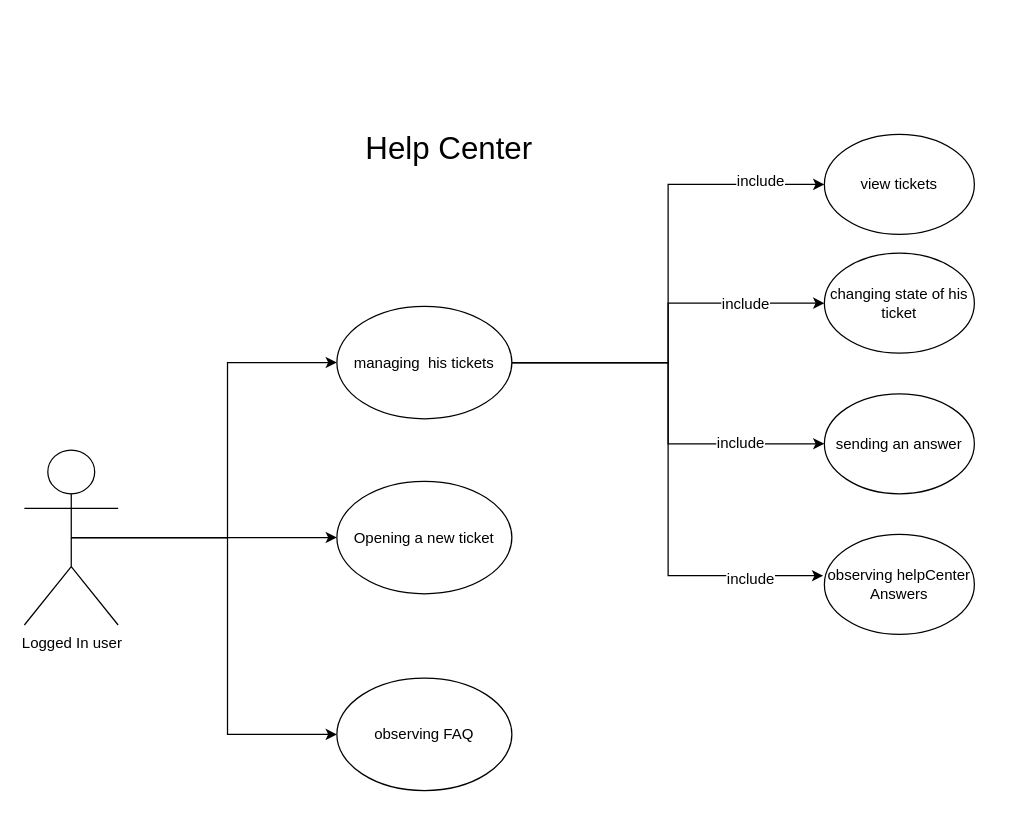
kargaranamir/Travelink keeps this draw.io diagram as Use-case/help-center.drawio. Above is the earlier version. Source tidied: cells renumbered, new cells numbered last; positions are measured from the earlier drawing's top-left corner, leaving out a move shared by most shapes. Both pictures are drawn from the tidied source at 125%, with x=0, y=0 at pixel (24, 134).
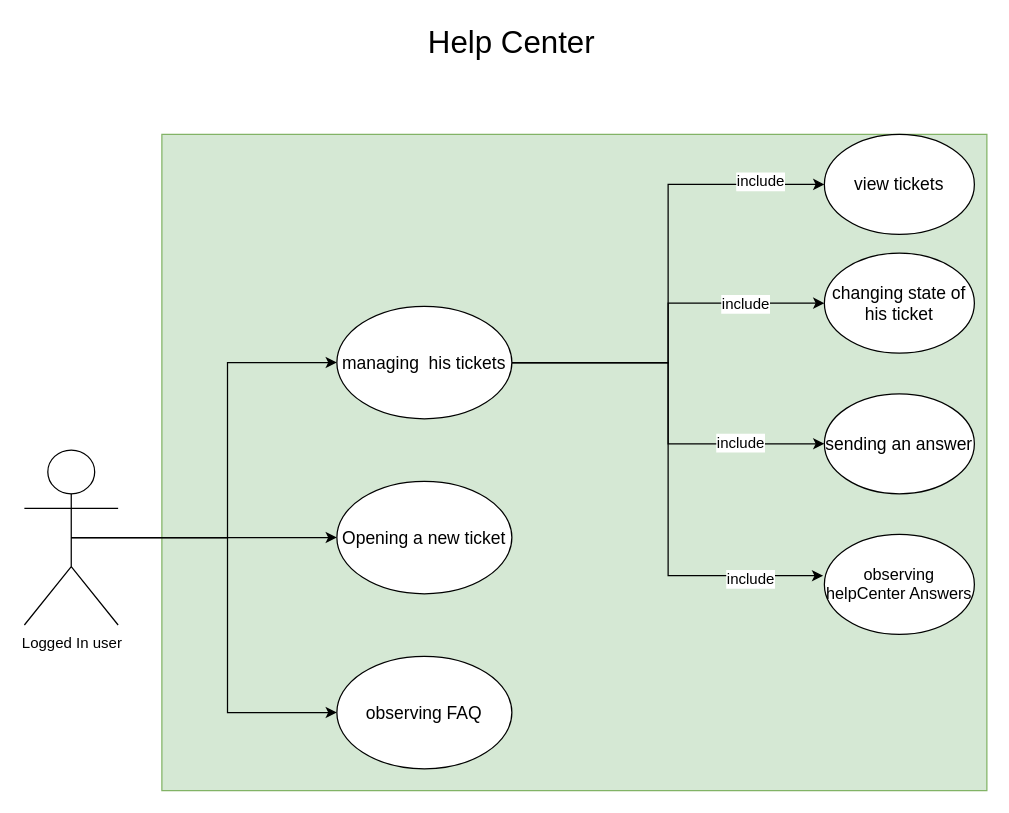
The same page after the edit.

The change refers to these unchanged cells:
```xml
<mxCell id="8" style="edgeStyle=orthogonalEdgeStyle;rounded=0;jettySize=auto;html=1;exitX=1;exitY=0.5;exitDx=0;exitDy=0;entryX=0;entryY=0.5;entryDx=0;entryDy=0;" parent="1" edge="1" source="14" target="18">
  <mxGeometry relative="1" as="geometry" />
</mxCell>
<mxCell id="10" style="edgeStyle=orthogonalEdgeStyle;rounded=0;jettySize=auto;html=1;exitX=1;exitY=0.5;exitDx=0;exitDy=0;entryX=-0.008;entryY=0.413;entryDx=0;entryDy=0;entryPerimeter=0;" parent="1" edge="1" source="14" target="19">
  <mxGeometry relative="1" as="geometry" />
</mxCell>
<mxCell id="12" style="edgeStyle=orthogonalEdgeStyle;rounded=0;jettySize=auto;html=1;exitX=1;exitY=0.5;exitDx=0;exitDy=0;entryX=0;entryY=0.5;entryDx=0;entryDy=0;" parent="1" edge="1" source="14" target="21">
  <mxGeometry relative="1" as="geometry" />
</mxCell>
```

Change to the diagram source:
```diff
@@
+    <mxCell id="22" style="rounded=0;whiteSpace=wrap;html=1;fillColor=#d5e8d4;strokeColor=#82b366;" parent="1" vertex="1">
+      <mxGeometry x="110" width="660" height="525" as="geometry" />
+    </mxCell>
@@
-    <mxCell id="9" value="include&lt;br&gt;" style="text;html=1;align=center;verticalAlign=middle;labelBackgroundColor=#ffffff;" parent="8" vertex="1">
-      <mxGeometry x="0.57" y="1" relative="1" as="geometry" />
-    </mxCell>
+    <mxCell id="23" value="include&lt;br&gt;" style="text;html=1;align=center;verticalAlign=middle;labelBackgroundColor=#ffffff;" parent="8" vertex="1">
+      <mxGeometry x="0.57" y="1" relative="1" as="geometry" />
+    </mxCell>
@@
-    <mxCell id="11" value="include&lt;br&gt;" style="text;html=1;align=center;verticalAlign=middle;labelBackgroundColor=#ffffff;" parent="10" vertex="1">
-      <mxGeometry x="0.72" y="-2" relative="1" as="geometry" />
-    </mxCell>
+    <mxCell id="24" value="include&lt;br&gt;" style="text;html=1;align=center;verticalAlign=middle;labelBackgroundColor=#ffffff;" parent="10" vertex="1">
+      <mxGeometry x="0.72" y="-2" relative="1" as="geometry" />
+    </mxCell>
@@
-    <mxCell id="13" value="include&lt;br&gt;" style="text;html=1;align=center;verticalAlign=middle;labelBackgroundColor=#ffffff;" parent="12" vertex="1">
-      <mxGeometry x="0.74" y="3" relative="1" as="geometry" />
-    </mxCell>
+    <mxCell id="25" value="include&lt;br&gt;" style="text;html=1;align=center;verticalAlign=middle;labelBackgroundColor=#ffffff;" parent="12" vertex="1">
+      <mxGeometry x="0.74" y="3" relative="1" as="geometry" />
+    </mxCell>
-    <mxCell id="14" value="managing &amp;nbsp;his tickets" style="ellipse;whiteSpace=wrap;html=1;" parent="1" vertex="1">
+    <mxCell id="14" value="&lt;font style=&quot;font-size: 14px&quot;&gt;managing &amp;nbsp;his tickets&lt;/font&gt;" style="ellipse;whiteSpace=wrap;html=1;" parent="1" vertex="1">
       <mxGeometry x="250" y="137.5" width="140" height="90" as="geometry" />
     </mxCell>
-    <mxCell id="15" value="changing state of his ticket" style="ellipse;whiteSpace=wrap;html=1;" parent="1" vertex="1">
+    <mxCell id="15" value="&lt;font style=&quot;font-size: 14px&quot;&gt;changing state of his ticket&lt;/font&gt;" style="ellipse;whiteSpace=wrap;html=1;" parent="1" vertex="1">
       <mxGeometry x="640" y="95" width="120" height="80" as="geometry" />
     </mxCell>
-    <mxCell id="16" value="observing FAQ&lt;br&gt;" style="ellipse;whiteSpace=wrap;html=1;" parent="1" vertex="1">
-      <mxGeometry x="250" y="435" width="140" height="90" as="geometry" />
+    <mxCell id="16" value="&lt;font style=&quot;font-size: 14px&quot;&gt;observing FAQ&lt;/font&gt;&lt;br&gt;" style="ellipse;whiteSpace=wrap;html=1;" parent="1" vertex="1">
+      <mxGeometry x="250" y="417.5" width="140" height="90" as="geometry" />
     </mxCell>
     <mxCell id="17" value="&lt;font style=&quot;font-size: 25px&quot;&gt;Help Center&lt;/font&gt;" style="text;html=1;strokeColor=none;fillColor=none;align=center;verticalAlign=middle;whiteSpace=wrap;rounded=0;" parent="1" vertex="1">
-      <mxGeometry x="250" width="180" height="20" as="geometry" />
+      <mxGeometry x="300" y="-85" width="180" height="20" as="geometry" />
     </mxCell>
-    <mxCell id="18" value="sending an answer" style="ellipse;whiteSpace=wrap;html=1;" parent="1" vertex="1">
+    <mxCell id="18" value="&lt;font style=&quot;font-size: 14px&quot;&gt;sending an answer&lt;/font&gt;" style="ellipse;whiteSpace=wrap;html=1;" parent="1" vertex="1">
       <mxGeometry x="640" y="207.5" width="120" height="80" as="geometry" />
     </mxCell>
-    <mxCell id="19" value="&lt;div style=&quot;text-align: right&quot;&gt;&lt;div style=&quot;text-align: center&quot;&gt;observing helpCenter Answers&lt;/div&gt;&lt;/div&gt;" style="ellipse;whiteSpace=wrap;html=1;" parent="1" vertex="1">
+    <mxCell id="19" value="&lt;div style=&quot;text-align: right&quot;&gt;&lt;div style=&quot;text-align: center ; line-height: 117%&quot;&gt;&lt;font style=&quot;font-size: 13px&quot;&gt;observing helpCenter Answers&lt;/font&gt;&lt;/div&gt;&lt;/div&gt;" style="ellipse;whiteSpace=wrap;html=1;" parent="1" vertex="1">
       <mxGeometry x="640" y="320" width="120" height="80" as="geometry" />
     </mxCell>
-    <mxCell id="20" value="Opening a new ticket" style="ellipse;whiteSpace=wrap;html=1;" parent="1" vertex="1">
+    <mxCell id="20" value="&lt;font style=&quot;font-size: 14px&quot;&gt;Opening a new ticket&lt;/font&gt;" style="ellipse;whiteSpace=wrap;html=1;" parent="1" vertex="1">
       <mxGeometry x="250" y="277.5" width="140" height="90" as="geometry" />
     </mxCell>
-    <mxCell id="21" value="view tickets&lt;br&gt;" style="ellipse;whiteSpace=wrap;html=1;" parent="1" vertex="1">
+    <mxCell id="21" value="&lt;font style=&quot;font-size: 14px&quot;&gt;view tickets&lt;/font&gt;&lt;br&gt;" style="ellipse;whiteSpace=wrap;html=1;" parent="1" vertex="1">
       <mxGeometry x="640" width="120" height="80" as="geometry" />
     </mxCell>
```
